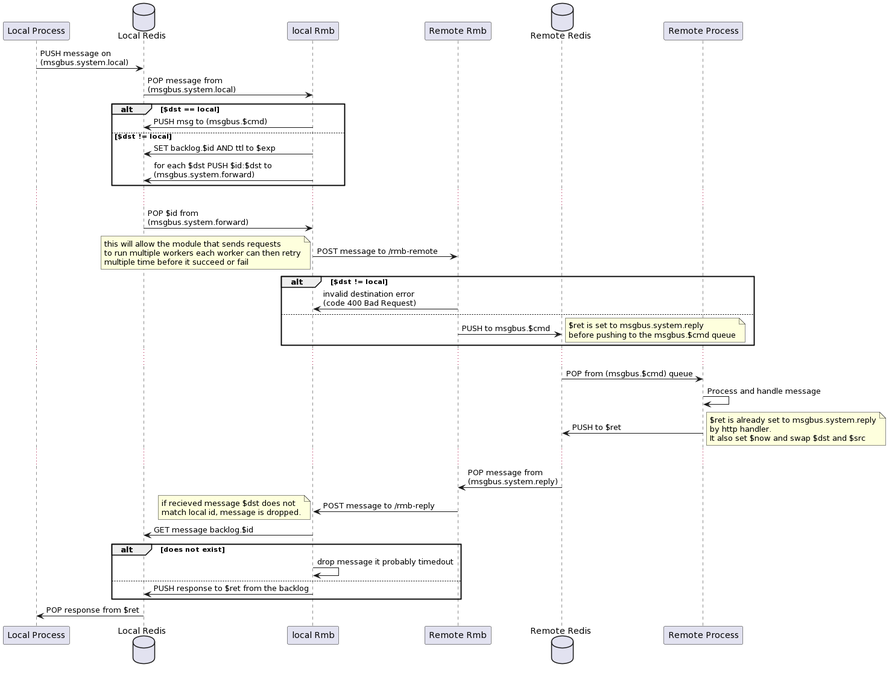
This is docs/png/RMB.png from threefoldtech/rmb-rs, a PlantUML export, as it was before one commit.
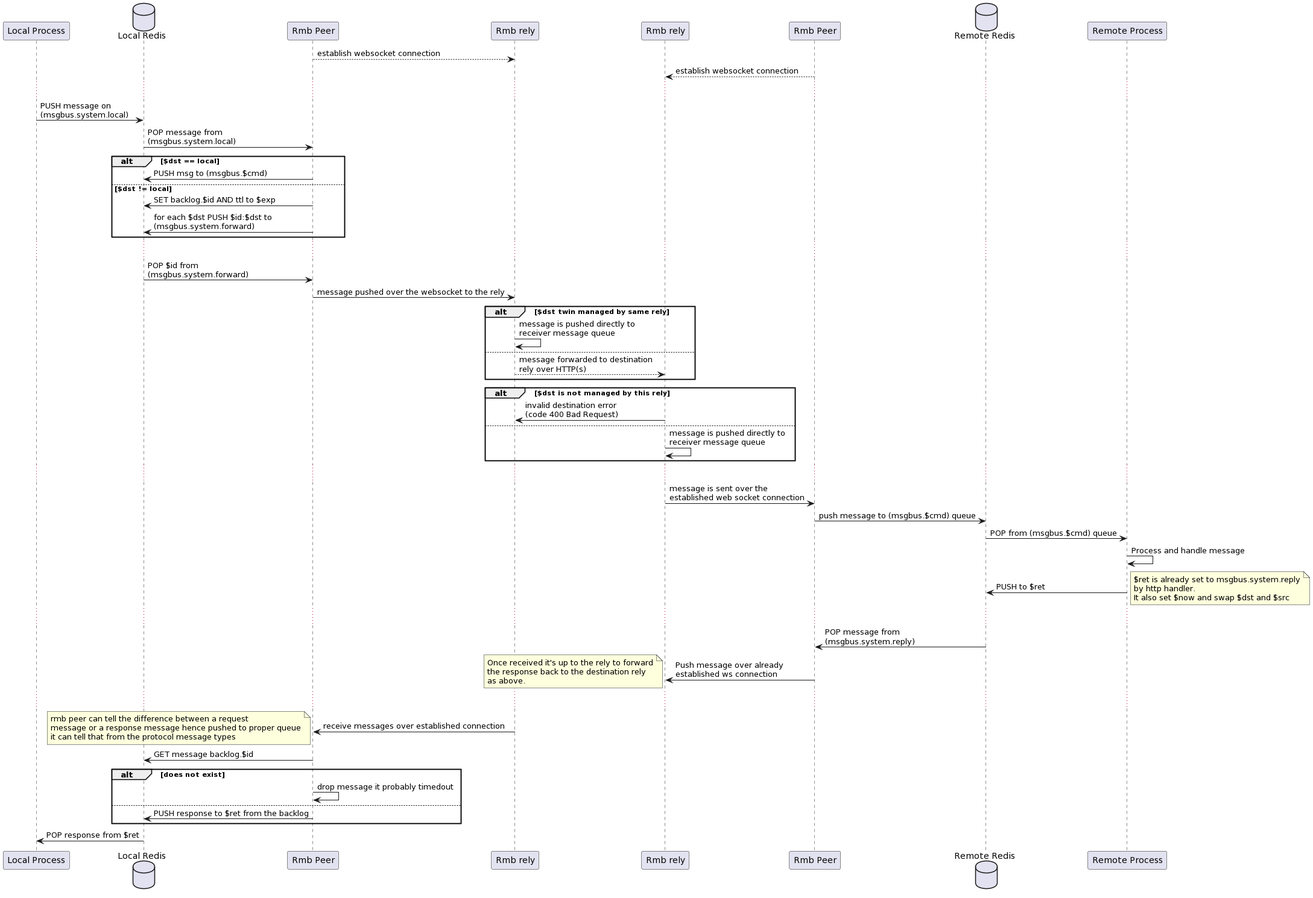
Later version of the same file.

Change to the diagram source:
```diff
@@ -1,59 +1,74 @@
 @startuml
-participant "Local Process" as lp
-database "Local Redis" as lr
-participant "local Rmb" as lrmb
+participant "Local Process" as lps
+database "Local Redis" as lredis
+participant "Rmb Peer" as lpeer
 
-participant "Remote Rmb" as rrmb
-database "Remote Redis" as rr
-participant "Remote Process" as rp
+participant "Rmb rely" as rely
+participant "Rmb rely" as rely2
 
-lp -> lr: PUSH message on \n(msgbus.system.local)
-lr -> lrmb : POP message from \n(msgbus.system.local)
+participant "Rmb Peer" as rpeer
+database "Remote Redis" as rredis
+participant "Remote Process" as rps
+
+lpeer --> rely: establish websocket connection
+rpeer --> rely2: establish websocket connection
+...
+lps -> lredis: PUSH message on \n(msgbus.system.local)
+lredis -> lpeer : POP message from \n(msgbus.system.local)
 
 alt $dst == local
-lrmb -> lr: PUSH msg to (msgbus.$cmd)
+lpeer -> lredis: PUSH msg to (msgbus.$cmd)
 else $dst != local
-lrmb -> lr: SET backlog.$id AND ttl to $exp
-lrmb -> lr: for each $dst PUSH $id:$dst to \n(msgbus.system.forward)
+lpeer -> lredis: SET backlog.$id AND ttl to $exp
+lpeer -> lredis: for each $dst PUSH $id:$dst to \n(msgbus.system.forward)
 end
 ...
-lr -> lrmb: POP $id from \n(msgbus.system.forward)
-lrmb -> rrmb: POST message to /rmb-remote
-note left
- this will allow the module that sends requests
- to run multiple workers each worker can then retry
- multiple time before it succeed or fail
-end note
-alt $dst != local
-rrmb -> lrmb: invalid destination error\n(code 400 Bad Request)
+lredis -> lpeer: POP $id from \n(msgbus.system.forward)
+lpeer -> rely: message pushed over the websocket to the rely
+
+alt $dst twin managed by same rely
+rely -> rely: message is pushed directly to \nreceiver message queue
 else
-rrmb -> rr: PUSH to msgbus.$cmd
-note right
-$ret is set to msgbus.system.reply
-before pushing to the msgbus.$cmd queue
-end note
+rely --> rely2: message forwarded to destination \nrely over HTTP(s)
+end
+
+alt $dst is not managed by this rely
+rely2 -> rely: invalid destination error\n(code 400 Bad Request)
+else
+rely2 -> rely2: message is pushed directly to \nreceiver message queue
 end
 ...
-rr -> rp: POP from (msgbus.$cmd) queue
-rp -> rp: Process and handle message
-rp -> rr: PUSH to $ret
+rely2 -> rpeer: message is sent over the \nestablished web socket connection
+rpeer -> rredis: push message to (msgbus.$cmd) queue
+
+rredis -> rps: POP from (msgbus.$cmd) queue
+rps -> rps: Process and handle message
+rps -> rredis: PUSH to $ret
 note right
 $ret is already set to msgbus.system.reply
 by http handler.
 It also set $now and swap $dst and $src
 end note
 ...
-rr -> rrmb: POP message from \n(msgbus.system.reply)
-rrmb -> lrmb: POST message to /rmb-reply
+rredis -> rpeer: POP message from \n(msgbus.system.reply)
+rpeer -> rely2: Push message over already \nestablished ws connection
 note left
-if recieved message $dst does not
-match local id, message is dropped.
+Once received it's up to the rely to forward
+the response back to the destination rely
+as above.
 end note
-lrmb -> lr: GET message backlog.$id
+...
+rely -> lpeer: receive messages over established connection
+note left
+rmb peer can tell the difference between a request
+message or a response message hence pushed to proper queue
+it can tell that from the protocol message types
+end note
+lpeer -> lredis: GET message backlog.$id
 alt does not exist
-lrmb -> lrmb: drop message it probably timedout
+lpeer -> lpeer: drop message it probably timedout
 else
-lrmb -> lr: PUSH response to $ret from the backlog
+lpeer -> lredis: PUSH response to $ret from the backlog
 end
-lr -> lp: POP response from $ret
+lredis -> lps: POP response from $ret
 @enduml
```
